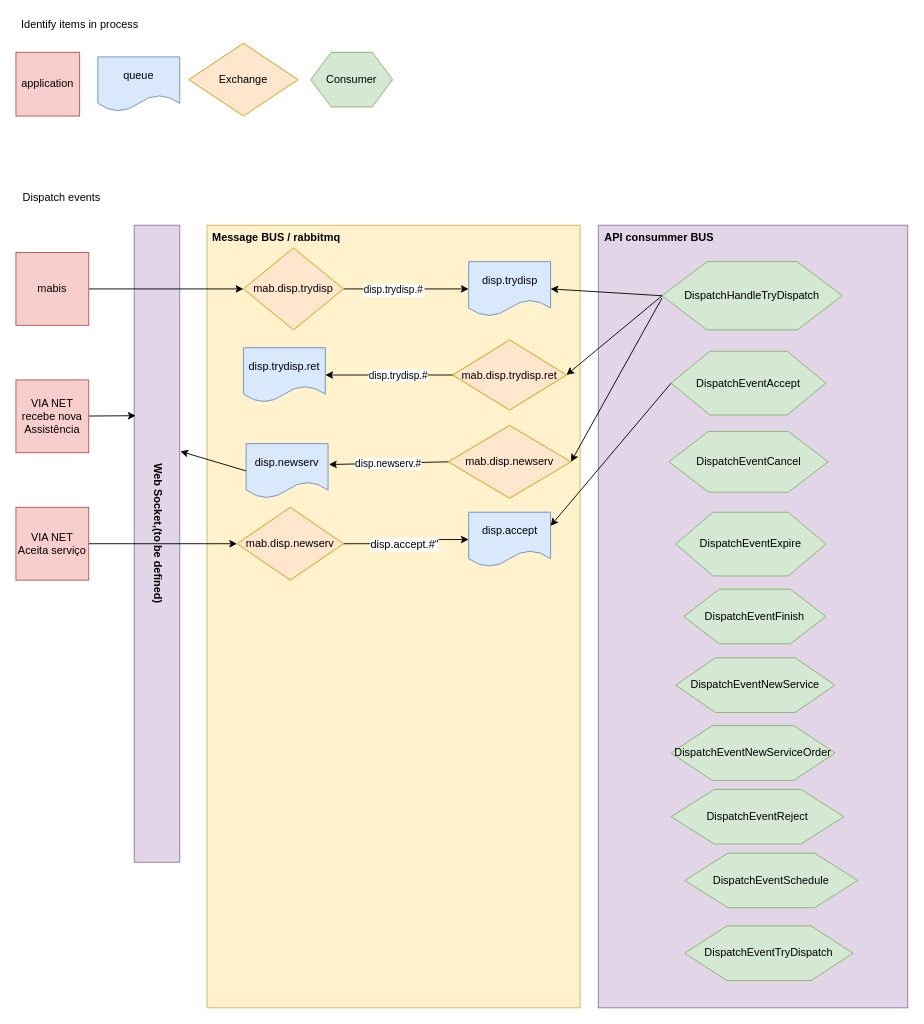
The draw.io diagram page "Fluxo por processo" (2 of 2) of dispatch/Processo Dispatch.drawio in rodrigoporcionato/estudos, before the edit. Source tidied: cells renumbered, new cells numbered last; positions are measured from the earlier drawing's top-left corner, leaving out a move shared by most shapes. Both pictures are drawn from the tidied source at 91%, with x=0, y=0 at pixel (15, 15).
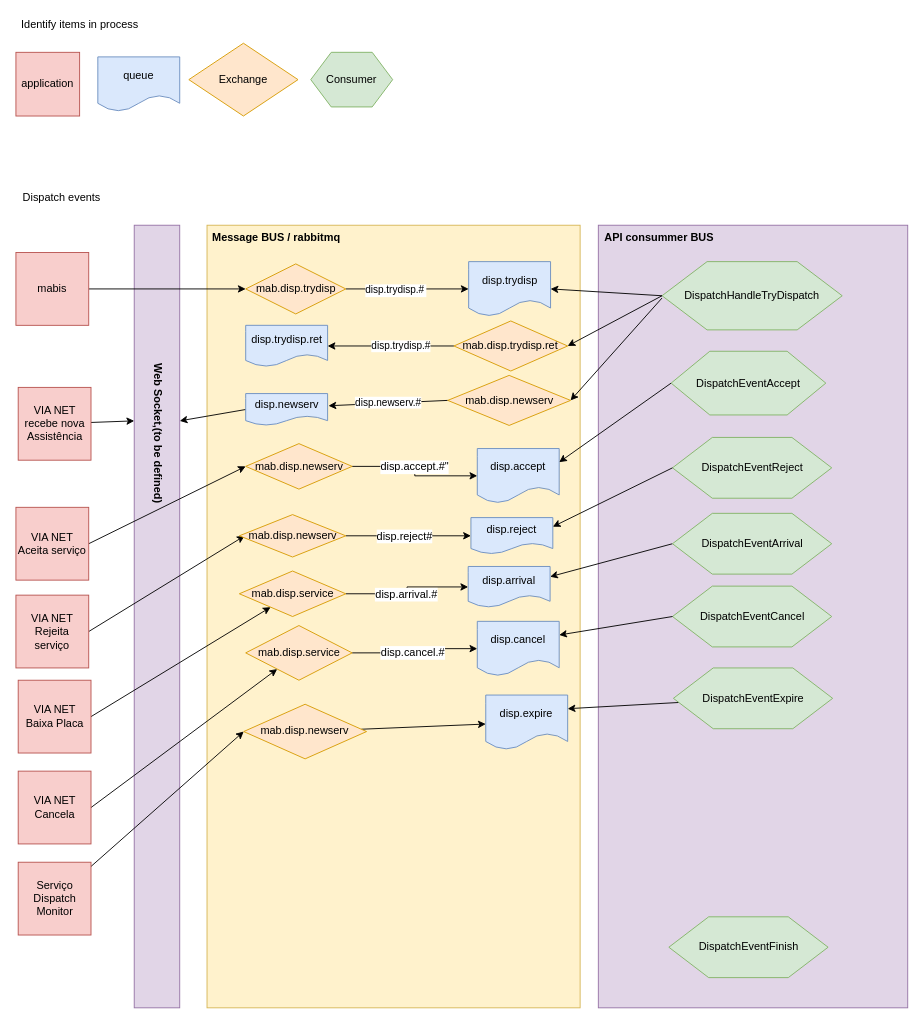
The same diagram, later.

The change refers to these unchanged cells:
```xml
<mxCell id="35" value="VIA NET&lt;br&gt;Aceita serviço" style="whiteSpace=wrap;html=1;fillColor=#f8cecc;strokeColor=#b85450;" parent="1" vertex="1">
  <mxGeometry y="540" width="80" height="80" as="geometry" />
</mxCell>
```

Change to the diagram source:
```diff
@@
     <mxCell id="2" style="rounded=0;whiteSpace=wrap;html=1;strokeColor=#9673a6;fillColor=#e1d5e7;" parent="1" vertex="1">
-      <mxGeometry x="130" y="230" width="50" height="700" as="geometry" />
+      <mxGeometry x="130" y="230" width="50" height="860" as="geometry" />
     </mxCell>
@@
     <mxCell id="13" value="mab.disp.trydisp" style="rhombus;whiteSpace=wrap;html=1;fillColor=#ffe6cc;strokeColor=#d79b00;" parent="1" vertex="1">
-      <mxGeometry x="250" y="255" width="110" height="90" as="geometry" />
+      <mxGeometry x="252.5" y="272.5" width="110" height="55" as="geometry" />
     </mxCell>
@@
     <mxCell id="24" value="mab.disp.trydisp.ret" style="rhombus;whiteSpace=wrap;html=1;fillColor=#ffe6cc;strokeColor=#d79b00;" parent="1" vertex="1">
-      <mxGeometry x="480" y="356" width="125" height="77.2" as="geometry" />
+      <mxGeometry x="481.3" y="335.2" width="125" height="55" as="geometry" />
     </mxCell>
     <mxCell id="25" value="disp.trydisp.ret" style="shape=document;whiteSpace=wrap;html=1;boundedLbl=1;strokeColor=#6c8ebf;fillColor=#dae8fc;" parent="1" vertex="1">
-      <mxGeometry x="250" y="364.6" width="90" height="60" as="geometry" />
+      <mxGeometry x="252.5" y="340" width="90" height="45.4" as="geometry" />
     </mxCell>
@@
-    <mxCell id="27" style="edgeStyle=none;rounded=0;jettySize=auto;html=1;entryX=0.033;entryY=0.299;entryDx=0;entryDy=0;entryPerimeter=0;" parent="1" edge="1" source="28" target="2">
+    <mxCell id="27" style="edgeStyle=none;rounded=0;jettySize=auto;html=1;entryX=0;entryY=0.25;entryDx=0;entryDy=0;" parent="1" edge="1" source="28" target="2">
       <mxGeometry relative="1" as="geometry" />
     </mxCell>
     <mxCell id="28" value="VIA NET&lt;br&gt;recebe nova Assistência" style="whiteSpace=wrap;html=1;fillColor=#f8cecc;strokeColor=#b85450;" parent="1" vertex="1">
-      <mxGeometry y="400" width="80" height="80" as="geometry" />
+      <mxGeometry x="2.5" y="408.2" width="80" height="80" as="geometry" />
     </mxCell>
@@
     <mxCell id="30" value="mab.disp.newserv" style="rhombus;whiteSpace=wrap;html=1;fillColor=#ffe6cc;strokeColor=#d79b00;" parent="1" vertex="1">
-      <mxGeometry x="475" y="450" width="135" height="80" as="geometry" />
+      <mxGeometry x="474.5" y="395" width="135" height="55" as="geometry" />
     </mxCell>
-    <mxCell id="31" style="edgeStyle=none;rounded=0;jettySize=auto;html=1;exitX=0;exitY=0.5;exitDx=0;exitDy=0;entryX=1.013;entryY=0.355;entryDx=0;entryDy=0;entryPerimeter=0;" parent="1" edge="1" source="32" target="2">
+    <mxCell id="31" style="edgeStyle=none;rounded=0;jettySize=auto;html=1;exitX=0;exitY=0.5;exitDx=0;exitDy=0;entryX=1;entryY=0.25;entryDx=0;entryDy=0;" parent="1" edge="1" source="32" target="2">
       <mxGeometry relative="1" as="geometry" />
     </mxCell>
     <mxCell id="32" value="disp.newserv" style="shape=document;whiteSpace=wrap;html=1;boundedLbl=1;fillColor=#dae8fc;strokeColor=#6c8ebf;" parent="1" vertex="1">
-      <mxGeometry x="253" y="470" width="90" height="60" as="geometry" />
+      <mxGeometry x="252.5" y="415" width="90" height="35" as="geometry" />
     </mxCell>
     <mxCell id="33" value="Web Socket,(to be defined)" style="text;html=1;fontStyle=1;rotation=90;" parent="1" vertex="1">
-      <mxGeometry x="100" y="530" width="110" height="30" as="geometry" />
+      <mxGeometry x="100" y="420" width="110" height="30" as="geometry" />
     </mxCell>
-    <mxCell id="34" style="edgeStyle=orthogonalEdgeStyle;rounded=0;jettySize=auto;html=1;exitX=1;exitY=0.5;exitDx=0;exitDy=0;" parent="1" edge="1" source="35" target="38">
+    <mxCell id="34" style="rounded=0;jettySize=auto;html=1;exitX=1;exitY=0.5;exitDx=0;exitDy=0;entryX=0;entryY=0.5;entryDx=0;entryDy=0;" parent="1" edge="1" source="35" target="38">
       <mxGeometry relative="1" as="geometry" />
     </mxCell>
@@
     <mxCell id="38" value="mab.disp.newserv" style="rhombus;whiteSpace=wrap;html=1;fillColor=#ffe6cc;strokeColor=#d79b00;" parent="1" vertex="1">
-      <mxGeometry x="243" y="540" width="117" height="80" as="geometry" />
+      <mxGeometry x="252.5" y="470" width="117" height="50" as="geometry" />
     </mxCell>
     <mxCell id="39" value="disp.accept" style="shape=document;whiteSpace=wrap;html=1;boundedLbl=1;fillColor=#dae8fc;strokeColor=#6c8ebf;" parent="1" vertex="1">
-      <mxGeometry x="497.5" y="545.4" width="90" height="60" as="geometry" />
+      <mxGeometry x="507" y="475.4" width="90" height="60" as="geometry" />
     </mxCell>
@@
     <mxCell id="42" value="DispatchEventCancel" style="shape=hexagon;perimeter=hexagonPerimeter2;whiteSpace=wrap;html=1;fillColor=#d5e8d4;strokeColor=#82b366;" parent="1" vertex="1">
-      <mxGeometry x="717.5" y="456.6" width="175" height="66.8" as="geometry" />
+      <mxGeometry x="721.5" y="626.6" width="175" height="66.8" as="geometry" />
     </mxCell>
+    <mxCell id="50" style="edgeStyle=none;rounded=0;jettySize=auto;html=1;entryX=1;entryY=0.25;entryDx=0;entryDy=0;" parent="1" edge="1" source="44" target="75">
+      <mxGeometry relative="1" as="geometry" />
+    </mxCell>
+    <mxCell id="44" value="DispatchEventExpire" style="shape=hexagon;perimeter=hexagonPerimeter2;whiteSpace=wrap;html=1;fillColor=#d5e8d4;strokeColor=#82b366;" parent="1" vertex="1">
+      <mxGeometry x="722.5" y="716.5" width="175" height="66.8" as="geometry" />
+    </mxCell>
     <mxCell id="43" value="DispatchEventFinish" style="shape=hexagon;perimeter=hexagonPerimeter2;whiteSpace=wrap;html=1;fillColor=#d5e8d4;strokeColor=#82b366;" parent="1" vertex="1">
-      <mxGeometry x="734" y="630" width="156" height="60" as="geometry" />
+      <mxGeometry x="717.5" y="990" width="175" height="66.8" as="geometry" />
     </mxCell>
-    <mxCell id="44" value="DispatchEventExpire" style="shape=hexagon;perimeter=hexagonPerimeter2;whiteSpace=wrap;html=1;fillColor=#d5e8d4;strokeColor=#82b366;" parent="1" vertex="1">
-      <mxGeometry x="725" y="545.4" width="165" height="70" as="geometry" />
-    </mxCell>
-    <mxCell id="45" value="DispatchEventNewService" style="shape=hexagon;perimeter=hexagonPerimeter2;whiteSpace=wrap;html=1;fillColor=#d5e8d4;strokeColor=#82b366;" parent="1" vertex="1">
-      <mxGeometry x="725" y="705.4" width="175" height="60" as="geometry" />
-    </mxCell>
-    <mxCell id="46" value="DispatchEventNewServiceOrder" style="shape=hexagon;perimeter=hexagonPerimeter2;whiteSpace=wrap;html=1;fillColor=#d5e8d4;strokeColor=#82b366;" parent="1" vertex="1">
-      <mxGeometry x="720" y="780" width="180" height="60" as="geometry" />
-    </mxCell>
     <mxCell id="47" value="DispatchEventReject" style="shape=hexagon;perimeter=hexagonPerimeter2;whiteSpace=wrap;html=1;fillColor=#d5e8d4;strokeColor=#82b366;" parent="1" vertex="1">
-      <mxGeometry x="720" y="850" width="190" height="60" as="geometry" />
+      <mxGeometry x="721.5" y="463.2" width="175" height="66.8" as="geometry" />
     </mxCell>
-    <mxCell id="48" value="DispatchEventSchedule" style="shape=hexagon;perimeter=hexagonPerimeter2;whiteSpace=wrap;html=1;fillColor=#d5e8d4;strokeColor=#82b366;" parent="1" vertex="1">
-      <mxGeometry x="735" y="920" width="190" height="60" as="geometry" />
-    </mxCell>
-    <mxCell id="49" value="DispatchEventTryDispatch" style="shape=hexagon;perimeter=hexagonPerimeter2;whiteSpace=wrap;html=1;fillColor=#d5e8d4;strokeColor=#82b366;" parent="1" vertex="1">
-      <mxGeometry x="735" y="1000" width="185" height="60" as="geometry" />
-    </mxCell>
+    <mxCell id="51" style="rounded=0;jettySize=auto;html=1;exitX=1;exitY=0.5;exitDx=0;exitDy=0;entryX=0.05;entryY=0.501;entryDx=0;entryDy=0;entryPerimeter=0;" parent="1" edge="1" source="52" target="55">
+      <mxGeometry relative="1" as="geometry" />
+    </mxCell>
+    <mxCell id="52" value="VIA NET&lt;br&gt;Rejeita serviço" style="whiteSpace=wrap;html=1;fillColor=#f8cecc;strokeColor=#b85450;" parent="1" vertex="1">
+      <mxGeometry y="636.5" width="80" height="80" as="geometry" />
+    </mxCell>
+    <mxCell id="53" style="edgeStyle=orthogonalEdgeStyle;rounded=0;jettySize=auto;html=1;exitX=1;exitY=0.5;exitDx=0;exitDy=0;entryX=0;entryY=0.5;entryDx=0;entryDy=0;" parent="1" edge="1" source="55" target="56">
+      <mxGeometry relative="1" as="geometry" />
+    </mxCell>
+    <mxCell id="54" value="disp.reject#" style="text;html=1;align=center;verticalAlign=middle;labelBackgroundColor=#ffffff;" parent="53" vertex="1">
+      <mxGeometry x="-0.21" relative="1" as="geometry">
+        <mxPoint x="10" as="offset" />
+      </mxGeometry>
+    </mxCell>
+    <mxCell id="55" value="mab.disp.newserv" style="rhombus;whiteSpace=wrap;html=1;fillColor=#ffe6cc;strokeColor=#d79b00;" parent="1" vertex="1">
+      <mxGeometry x="245.5" y="548" width="117" height="46.6" as="geometry" />
+    </mxCell>
+    <mxCell id="56" value="disp.reject" style="shape=document;whiteSpace=wrap;html=1;boundedLbl=1;fillColor=#dae8fc;strokeColor=#6c8ebf;" parent="1" vertex="1">
+      <mxGeometry x="500" y="551.3" width="90" height="40" as="geometry" />
+    </mxCell>
+    <mxCell id="57" style="rounded=0;jettySize=auto;html=1;exitX=0;exitY=0.5;exitDx=0;exitDy=0;entryX=1;entryY=0.25;entryDx=0;entryDy=0;" parent="1" edge="1" source="47" target="56">
+      <mxGeometry relative="1" as="geometry" />
+    </mxCell>
+    <mxCell id="58" style="rounded=0;jettySize=auto;html=1;exitX=1;exitY=0.5;exitDx=0;exitDy=0;" parent="1" edge="1" source="59" target="62">
+      <mxGeometry relative="1" as="geometry" />
+    </mxCell>
+    <mxCell id="59" value="VIA NET&lt;br&gt;Baixa Placa" style="whiteSpace=wrap;html=1;fillColor=#f8cecc;strokeColor=#b85450;" parent="1" vertex="1">
+      <mxGeometry x="2.5" y="730" width="80" height="80" as="geometry" />
+    </mxCell>
+    <mxCell id="60" style="edgeStyle=orthogonalEdgeStyle;rounded=0;jettySize=auto;html=1;exitX=1;exitY=0.5;exitDx=0;exitDy=0;entryX=0;entryY=0.5;entryDx=0;entryDy=0;" parent="1" edge="1" source="62" target="63">
+      <mxGeometry relative="1" as="geometry" />
+    </mxCell>
+    <mxCell id="61" value="disp.arrival.#" style="text;html=1;align=center;verticalAlign=middle;labelBackgroundColor=#ffffff;" parent="60" vertex="1">
+      <mxGeometry x="-0.21" relative="1" as="geometry">
+        <mxPoint x="10" as="offset" />
+      </mxGeometry>
+    </mxCell>
+    <mxCell id="62" value="mab.disp.service" style="rhombus;whiteSpace=wrap;html=1;fillColor=#ffe6cc;strokeColor=#d79b00;" parent="1" vertex="1">
+      <mxGeometry x="245.5" y="610" width="117" height="50" as="geometry" />
+    </mxCell>
+    <mxCell id="63" value="disp.arrival" style="shape=document;whiteSpace=wrap;html=1;boundedLbl=1;fillColor=#dae8fc;strokeColor=#6c8ebf;" parent="1" vertex="1">
+      <mxGeometry x="497" y="605" width="90" height="45" as="geometry" />
+    </mxCell>
+    <mxCell id="64" style="rounded=0;jettySize=auto;html=1;exitX=0;exitY=0.5;exitDx=0;exitDy=0;entryX=1;entryY=0.25;entryDx=0;entryDy=0;" parent="1" edge="1" source="72" target="63">
+      <mxGeometry relative="1" as="geometry" />
+    </mxCell>
+    <mxCell id="65" style="rounded=0;jettySize=auto;html=1;exitX=1;exitY=0.5;exitDx=0;exitDy=0;" parent="1" edge="1" source="66" target="69">
+      <mxGeometry relative="1" as="geometry" />
+    </mxCell>
+    <mxCell id="66" value="VIA NET&lt;br&gt;Cancela" style="whiteSpace=wrap;html=1;fillColor=#f8cecc;strokeColor=#b85450;" parent="1" vertex="1">
+      <mxGeometry x="2.5" y="829.9" width="80" height="80" as="geometry" />
+    </mxCell>
+    <mxCell id="67" style="edgeStyle=orthogonalEdgeStyle;rounded=0;jettySize=auto;html=1;exitX=1;exitY=0.5;exitDx=0;exitDy=0;entryX=0;entryY=0.5;entryDx=0;entryDy=0;" parent="1" edge="1" source="69" target="70">
+      <mxGeometry relative="1" as="geometry" />
+    </mxCell>
+    <mxCell id="68" value="disp.cancel.#" style="text;html=1;align=center;verticalAlign=middle;labelBackgroundColor=#ffffff;" parent="67" vertex="1">
+      <mxGeometry x="-0.21" relative="1" as="geometry">
+        <mxPoint x="10" as="offset" />
+      </mxGeometry>
+    </mxCell>
+    <mxCell id="69" value="mab.disp.service" style="rhombus;whiteSpace=wrap;html=1;fillColor=#ffe6cc;strokeColor=#d79b00;" parent="1" vertex="1">
+      <mxGeometry x="252.5" y="669.9" width="117" height="60.1" as="geometry" />
+    </mxCell>
+    <mxCell id="70" value="disp.cancel" style="shape=document;whiteSpace=wrap;html=1;boundedLbl=1;fillColor=#dae8fc;strokeColor=#6c8ebf;" parent="1" vertex="1">
+      <mxGeometry x="507" y="665.3" width="90" height="60" as="geometry" />
+    </mxCell>
+    <mxCell id="71" style="rounded=0;jettySize=auto;html=1;exitX=0;exitY=0.5;exitDx=0;exitDy=0;entryX=1;entryY=0.25;entryDx=0;entryDy=0;" parent="1" edge="1" source="42" target="70">
+      <mxGeometry relative="1" as="geometry" />
+    </mxCell>
+    <mxCell id="72" value="DispatchEventArrival" style="shape=hexagon;perimeter=hexagonPerimeter2;whiteSpace=wrap;html=1;fillColor=#d5e8d4;strokeColor=#82b366;" parent="1" vertex="1">
+      <mxGeometry x="721.5" y="546.6" width="175" height="66.8" as="geometry" />
+    </mxCell>
+    <mxCell id="73" style="edgeStyle=none;rounded=0;jettySize=auto;html=1;" parent="1" edge="1" source="74" target="75">
+      <mxGeometry relative="1" as="geometry" />
+    </mxCell>
+    <mxCell id="74" value="mab.disp.newserv" style="rhombus;whiteSpace=wrap;html=1;fillColor=#ffe6cc;strokeColor=#d79b00;" parent="1" vertex="1">
+      <mxGeometry x="250.3" y="756.4" width="135" height="60" as="geometry" />
+    </mxCell>
+    <mxCell id="75" value="disp.expire" style="shape=document;whiteSpace=wrap;html=1;boundedLbl=1;fillColor=#dae8fc;strokeColor=#6c8ebf;" parent="1" vertex="1">
+      <mxGeometry x="516.3" y="746.3" width="90" height="60" as="geometry" />
+    </mxCell>
+    <mxCell id="76" style="edgeStyle=none;rounded=0;jettySize=auto;html=1;entryX=0;entryY=0.5;entryDx=0;entryDy=0;" parent="1" edge="1" source="77" target="74">
+      <mxGeometry relative="1" as="geometry" />
+    </mxCell>
+    <mxCell id="77" value="Serviço Dispatch Monitor" style="whiteSpace=wrap;html=1;fillColor=#f8cecc;strokeColor=#b85450;" parent="1" vertex="1">
+      <mxGeometry x="2.5" y="930" width="80" height="80" as="geometry" />
+    </mxCell>
```
